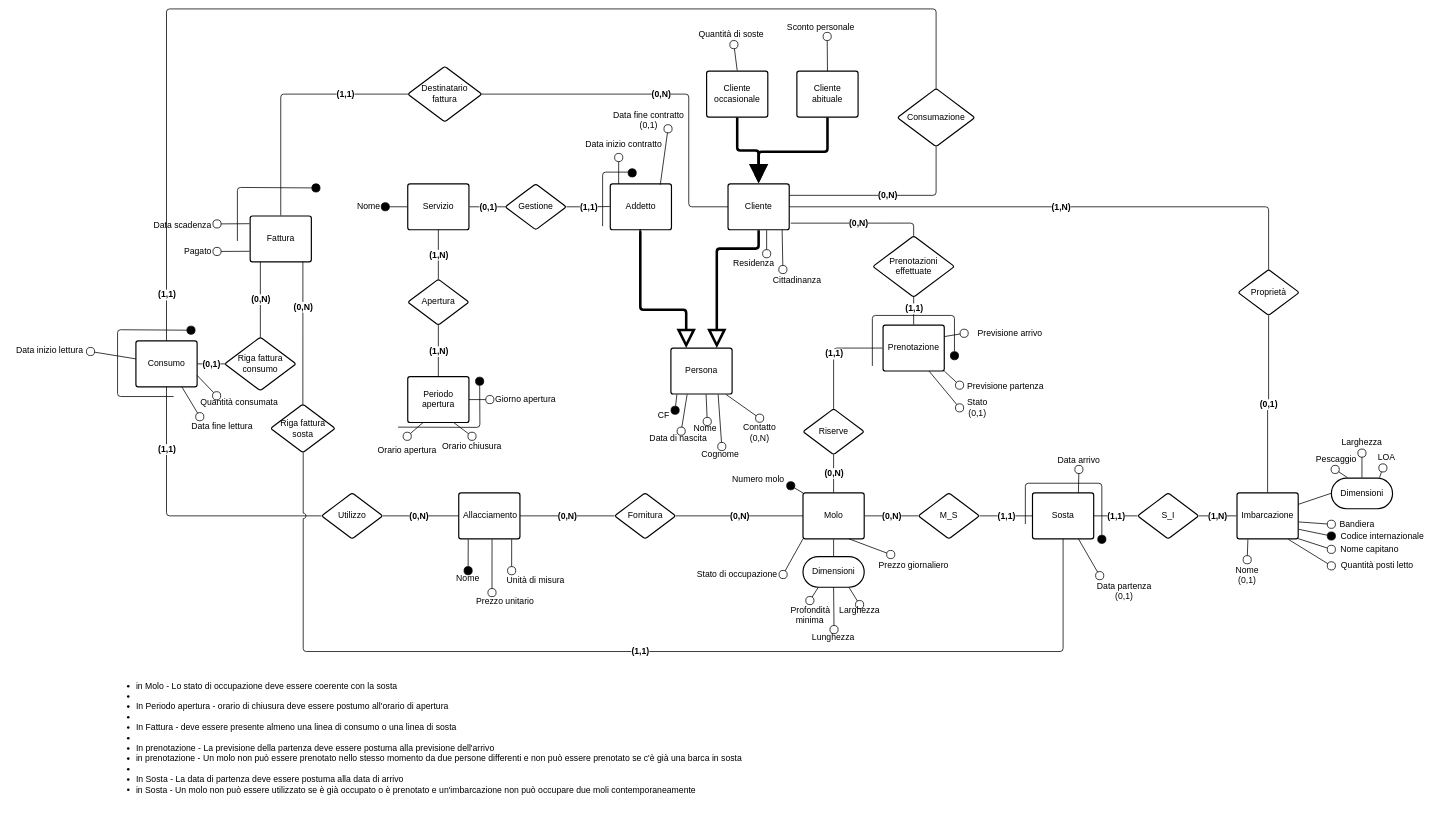
Earlier version of the draw.io diagram page "Concettuale" (1 of 3) of src_relazione_tex/Er.drawio (alessandro-massarenti/Progetto-basi-di-dati-2022). Source tidied: cells renumbered, new cells numbered last; positions are measured from the earlier drawing's top-left corner, leaving out a move shared by most shapes. Both pictures are drawn from the tidied source at 51%, with x=0, y=0 at pixel (9, 9).
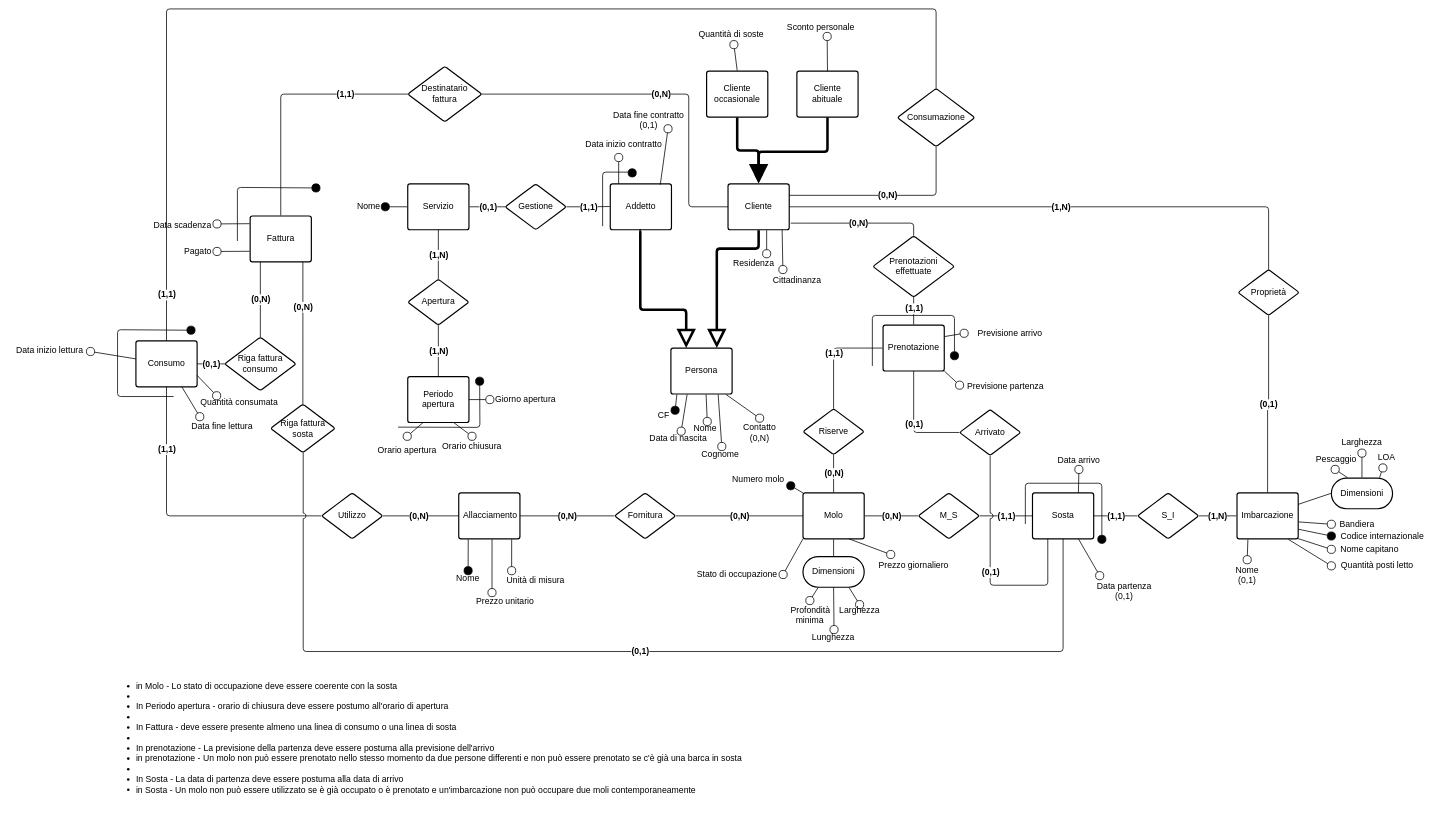
The same page after the edit.

The change refers to these unchanged cells:
```xml
<mxCell id="104" value="Prenotazione" style="html=1;overflow=block;blockSpacing=1;whiteSpace=wrap;fontSize=17;fontColor=#000000;spacing=9;strokeColor=#000000;strokeOpacity=100;rounded=1;absoluteArcSize=1;arcSize=9;strokeWidth=2.3;" parent="1" vertex="1">
  <mxGeometry x="1714" y="620" width="120" height="90" as="geometry" />
</mxCell>
<mxCell id="149" value="Sosta" style="html=1;overflow=block;blockSpacing=1;whiteSpace=wrap;fontSize=17;fontColor=#000000;spacing=9;strokeColor=#000000;strokeOpacity=100;rounded=1;absoluteArcSize=1;arcSize=9;strokeWidth=2.3;" parent="1" vertex="1">
  <mxGeometry x="2007" y="949" width="120" height="90" as="geometry" />
</mxCell>
<mxCell id="175" style="html=1;jettySize=18;whiteSpace=wrap;fontSize=17;fontColor=#000000;fontStyle=1;strokeColor=#000000;strokeWidth=1.5;rounded=1;arcSize=12;edgeStyle=orthogonalEdgeStyle;startArrow=none;endArrow=none;exitX=0.5;exitY=1;exitDx=0;exitDy=0;jumpStyle=arc;jumpSize=10;" parent="1" edge="1" source="149" target="172">
  <mxGeometry relative="1" as="geometry">
    <Array as="points">
      <mxPoint x="2067" y="1260" />
      <mxPoint x="577" y="1260" />
    </Array>
  </mxGeometry>
</mxCell>
```

Change to the diagram source:
```diff
@@
-    <mxCell id="176" value="(1,1)" style="text;html=1;labelBackgroundColor=default;align=center;verticalAlign=middle;fontStyle=1;fontColor=#000000;fontSize=17;" parent="175" vertex="1">
+    <mxCell id="176" value="(0,1)" style="text;html=1;labelBackgroundColor=default;align=center;verticalAlign=middle;fontStyle=1;fontColor=#000000;fontSize=17;" parent="175" vertex="1">
       <mxGeometry relative="1" as="geometry" />
     </mxCell>
@@
-    <mxCell id="178" value="Stato&lt;br&gt;(0,1)" style="html=1;overflow=block;blockSpacing=1;whiteSpace=wrap;fontSize=17;fontColor=#000000;spacing=0;fillColor=none;strokeWidth=1.5;strokeColor=none;" parent="1" vertex="1">
-      <mxGeometry x="1864" y="762" width="70" height="40.5" as="geometry" />
-    </mxCell>
-    <mxCell id="179" style="html=1;jettySize=18;whiteSpace=wrap;fontSize=17;strokeColor=#000000;strokeWidth=1.5;rounded=1;arcSize=12;startArrow=none;endArrow=oval;endFill=0;endSize=16;entryX=0;entryY=0.5;entryDx=0;entryDy=0;exitX=0.75;exitY=1;exitDx=0;exitDy=0;" parent="1" edge="1" source="104" target="178">
-      <mxGeometry relative="1" as="geometry" />
-    </mxCell>
+    <mxCell id="180" value="Arrivato" style="html=1;overflow=block;blockSpacing=1;whiteSpace=wrap;rhombus;fontSize=17;fontColor=#000000;spacing=3.8;strokeColor=#000000;strokeOpacity=100;rounded=1;absoluteArcSize=1;arcSize=9;strokeWidth=2.3;" parent="1" vertex="1">
+      <mxGeometry x="1864" y="785.5" width="120" height="90" as="geometry" />
+    </mxCell>
+    <mxCell id="181" style="html=1;jettySize=18;whiteSpace=wrap;fontSize=17;strokeColor=#000000;strokeWidth=1.5;rounded=1;arcSize=12;edgeStyle=orthogonalEdgeStyle;startArrow=none;endArrow=none;exitX=0.5;exitY=1;entryX=0;entryY=0.5;entryDx=0;entryDy=0;exitDx=0;exitDy=0;" parent="1" edge="1" source="104" target="180">
+      <mxGeometry relative="1" as="geometry" />
+    </mxCell>
+    <mxCell id="182" value="(0,1)" style="text;html=1;labelBackgroundColor=default;align=center;verticalAlign=middle;fontStyle=1;fontColor=#000000;fontSize=17;" parent="181" vertex="1">
+      <mxGeometry relative="1" as="geometry" />
+    </mxCell>
+    <mxCell id="183" style="html=1;jettySize=18;whiteSpace=wrap;fontSize=17;strokeColor=#000000;strokeWidth=1.5;rounded=1;arcSize=12;edgeStyle=orthogonalEdgeStyle;startArrow=none;endArrow=none;exitX=0.5;exitY=1;entryX=0.25;entryY=1;entryDx=0;entryDy=0;exitDx=0;exitDy=0;jumpStyle=arc;jumpSize=10;" parent="1" edge="1" source="180" target="149">
+      <mxGeometry relative="1" as="geometry">
+        <Array as="points">
+          <mxPoint x="1924" y="1130" />
+          <mxPoint x="2037" y="1130" />
+        </Array>
+      </mxGeometry>
+    </mxCell>
+    <mxCell id="184" value="(0,1)" style="text;html=1;labelBackgroundColor=default;align=center;verticalAlign=middle;fontStyle=1;fontColor=#000000;fontSize=17;" parent="183" vertex="1">
+      <mxGeometry relative="1" as="geometry" />
+    </mxCell>
```
